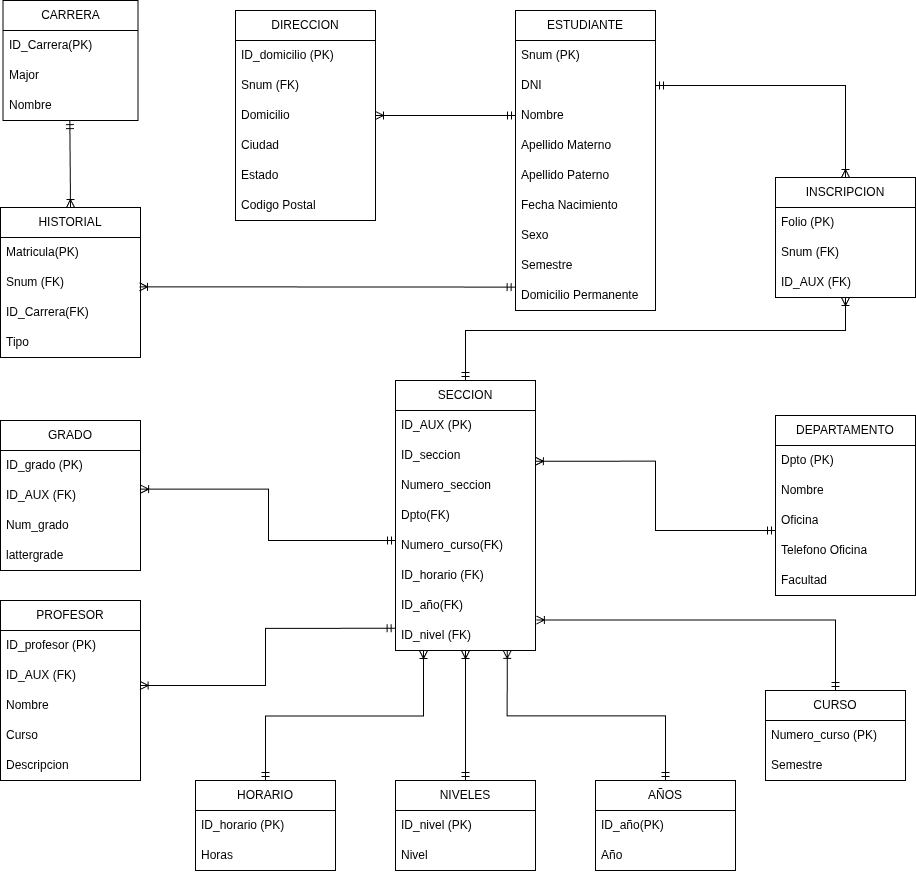
This is Documentacion/Diagrama Drawio/Diagrama-Relaciona.png from enrique-yoab/Examen_Sistemas_Distribuidos, a draw.io export, as it was before one commit. Source tidied: cells renumbered, new cells last; positions are measured from the earlier drawing's top-left corner, leaving out a move shared by most shapes.
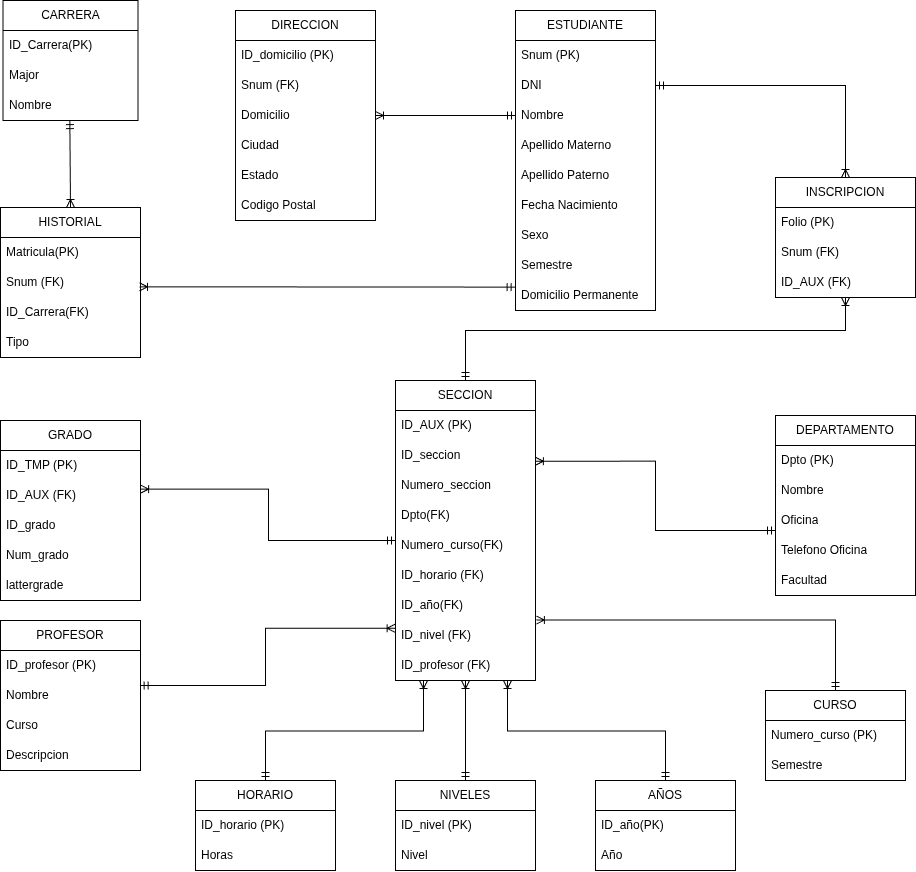
The same diagram one commit later.

What changed in the source:
```diff
@@ -105,7 +105,7 @@
       <mxGeometry relative="1" as="geometry" />
     </mxCell>
     <mxCell id="36" value="SECCION" style="swimlane;fontStyle=0;horizontal=1;startSize=30;whiteSpace=wrap;html=1;" parent="1" vertex="1">
-      <mxGeometry x="395" y="380" width="140" height="270" as="geometry" />
+      <mxGeometry x="395" y="380" width="140" height="300" as="geometry" />
     </mxCell>
     <mxCell id="37" value="ID_AUX (PK)" style="text;strokeColor=none;fillColor=none;align=left;verticalAlign=middle;spacingLeft=4;spacingRight=4;overflow=hidden;whiteSpace=wrap;html=1;" parent="36" vertex="1">
       <mxGeometry y="30" width="140" height="30" as="geometry" />
@@ -131,6 +131,9 @@
     <mxCell id="44" value="ID_nivel (FK)" style="text;strokeColor=none;fillColor=none;align=left;verticalAlign=middle;spacingLeft=4;spacingRight=4;overflow=hidden;whiteSpace=wrap;html=1;" parent="36" vertex="1">
       <mxGeometry y="240" width="140" height="30" as="geometry" />
     </mxCell>
+    <mxCell id="82" value="ID_profesor (FK)" style="text;strokeColor=none;fillColor=none;align=left;verticalAlign=middle;spacingLeft=4;spacingRight=4;overflow=hidden;whiteSpace=wrap;html=1;" parent="36" vertex="1">
+      <mxGeometry y="270" width="140" height="30" as="geometry" />
+    </mxCell>
     <mxCell id="45" style="endArrow=ERoneToMany;html=1;rounded=0;entryX=0.5;entryY=1;entryDx=0;entryDy=0;entryPerimeter=0;exitX=0.5;exitY=0;exitDx=0;exitDy=0;edgeStyle=orthogonalEdgeStyle;startArrow=ERmandOne;startFill=0;endFill=0;" parent="1" edge="1" source="36" target="34">
       <mxGeometry relative="1" as="geometry">
         <Array as="points">
@@ -140,37 +143,37 @@
       </mxGeometry>
     </mxCell>
     <mxCell id="46" value="GRADO" style="swimlane;fontStyle=0;horizontal=1;startSize=30;whiteSpace=wrap;html=1;" parent="1" vertex="1">
-      <mxGeometry y="420" width="140" height="150" as="geometry" />
+      <mxGeometry y="420" width="140" height="180" as="geometry" />
     </mxCell>
+    <mxCell id="83" value="ID_TMP (PK)" style="text;strokeColor=none;fillColor=none;align=left;verticalAlign=middle;spacingLeft=4;spacingRight=4;overflow=hidden;whiteSpace=wrap;html=1;" parent="46" vertex="1">
+      <mxGeometry y="30" width="140" height="30" as="geometry" />
+    </mxCell>
+    <mxCell id="48" value="ID_AUX (FK)" style="text;strokeColor=none;fillColor=none;align=left;verticalAlign=middle;spacingLeft=4;spacingRight=4;overflow=hidden;points=[[0,0.5],[1,0.5]];portConstraint=eastwest;whiteSpace=wrap;html=1;" parent="46" vertex="1">
+      <mxGeometry y="60" width="140" height="30" as="geometry" />
+    </mxCell>
-    <mxCell id="47" value="ID_grado (PK)" style="text;strokeColor=none;fillColor=none;align=left;verticalAlign=middle;spacingLeft=4;spacingRight=4;overflow=hidden;whiteSpace=wrap;html=1;" parent="46" vertex="1">
-      <mxGeometry y="30" width="140" height="30" as="geometry" />
+    <mxCell id="47" value="ID_grado" style="text;strokeColor=none;fillColor=none;align=left;verticalAlign=middle;spacingLeft=4;spacingRight=4;overflow=hidden;whiteSpace=wrap;html=1;" parent="46" vertex="1">
+      <mxGeometry y="90" width="140" height="30" as="geometry" />
     </mxCell>
-    <mxCell id="48" value="ID_AUX (FK)" style="text;strokeColor=none;fillColor=none;align=left;verticalAlign=middle;spacingLeft=4;spacingRight=4;overflow=hidden;points=[[0,0.5],[1,0.5]];portConstraint=eastwest;whiteSpace=wrap;html=1;" parent="46" vertex="1">
-      <mxGeometry y="60" width="140" height="30" as="geometry" />
-    </mxCell>
     <mxCell id="49" value="Num_grado" style="text;strokeColor=none;fillColor=none;align=left;verticalAlign=middle;spacingLeft=4;spacingRight=4;overflow=hidden;whiteSpace=wrap;html=1;" parent="46" vertex="1">
-      <mxGeometry y="90" width="140" height="30" as="geometry" />
+      <mxGeometry y="120" width="140" height="30" as="geometry" />
     </mxCell>
     <mxCell id="50" value="lattergrade" style="text;strokeColor=none;fillColor=none;align=left;verticalAlign=middle;spacingLeft=4;spacingRight=4;overflow=hidden;whiteSpace=wrap;html=1;" parent="46" vertex="1">
-      <mxGeometry y="120" width="140" height="30" as="geometry" />
+      <mxGeometry y="150" width="140" height="30" as="geometry" />
     </mxCell>
     <mxCell id="51" value="PROFESOR" style="swimlane;fontStyle=0;horizontal=1;startSize=30;whiteSpace=wrap;html=1;" parent="1" vertex="1">
-      <mxGeometry y="600" width="140" height="180" as="geometry" />
+      <mxGeometry y="620" width="140" height="150" as="geometry" />
     </mxCell>
     <mxCell id="52" value="ID_profesor (PK)" style="text;strokeColor=none;fillColor=none;align=left;verticalAlign=middle;spacingLeft=4;spacingRight=4;overflow=hidden;whiteSpace=wrap;html=1;" parent="51" vertex="1">
       <mxGeometry y="30" width="140" height="30" as="geometry" />
     </mxCell>
-    <mxCell id="53" value="ID_AUX (FK)" style="text;strokeColor=none;fillColor=none;align=left;verticalAlign=middle;spacingLeft=4;spacingRight=4;overflow=hidden;points=[[0,0.5],[1,0.5]];portConstraint=eastwest;whiteSpace=wrap;html=1;" parent="51" vertex="1">
-      <mxGeometry y="60" width="140" height="30" as="geometry" />
-    </mxCell>
     <mxCell id="54" value="Nombre" style="text;strokeColor=none;fillColor=none;align=left;verticalAlign=middle;spacingLeft=4;spacingRight=4;overflow=hidden;whiteSpace=wrap;html=1;" parent="51" vertex="1">
-      <mxGeometry y="90" width="140" height="30" as="geometry" />
+      <mxGeometry y="60" width="140" height="30" as="geometry" />
     </mxCell>
     <mxCell id="55" value="Curso" style="text;strokeColor=none;fillColor=none;align=left;verticalAlign=middle;spacingLeft=4;spacingRight=4;overflow=hidden;whiteSpace=wrap;html=1;" parent="51" vertex="1">
-      <mxGeometry y="120" width="140" height="30" as="geometry" />
+      <mxGeometry y="90" width="140" height="30" as="geometry" />
     </mxCell>
     <mxCell id="56" value="Descripcion" style="text;strokeColor=none;fillColor=none;align=left;verticalAlign=middle;spacingLeft=4;spacingRight=4;overflow=hidden;whiteSpace=wrap;html=1;" parent="51" vertex="1">
-      <mxGeometry y="150" width="140" height="30" as="geometry" />
+      <mxGeometry y="120" width="140" height="30" as="geometry" />
     </mxCell>
     <mxCell id="57" style="endArrow=ERmandOne;html=1;rounded=0;exitX=1.001;exitY=0.287;exitDx=0;exitDy=0;exitPerimeter=0;startArrow=ERoneToMany;startFill=0;endFill=0;edgeStyle=orthogonalEdgeStyle;" parent="1" edge="1" source="48">
       <mxGeometry relative="1" as="geometry">
@@ -182,8 +185,9 @@
         </Array>
       </mxGeometry>
     </mxCell>
-    <mxCell id="58" style="endArrow=ERmandOne;html=1;rounded=0;entryX=-0.003;entryY=0.26;entryDx=0;entryDy=0;entryPerimeter=0;exitX=0.997;exitY=0.833;exitDx=0;exitDy=0;exitPerimeter=0;edgeStyle=orthogonalEdgeStyle;startArrow=ERoneToMany;startFill=0;endFill=0;" parent="1" edge="1" source="53">
+    <mxCell id="58" style="endArrow=ERoneToMany;html=1;rounded=0;entryX=-0.003;entryY=0.26;entryDx=0;entryDy=0;entryPerimeter=0;exitX=0.997;exitY=0.833;exitDx=0;exitDy=0;exitPerimeter=0;edgeStyle=orthogonalEdgeStyle;startArrow=ERmandOne;startFill=0;endFill=0;" parent="1" edge="1">
       <mxGeometry relative="1" as="geometry">
+        <mxPoint x="139.6" y="685" as="sourcePoint" />
         <mxPoint x="394.6" y="627.8" as="targetPoint" />
         <Array as="points">
           <mxPoint x="265" y="685" />
@@ -244,9 +248,9 @@
     <mxCell id="72" value="Horas" style="text;strokeColor=none;fillColor=none;align=left;verticalAlign=middle;spacingLeft=4;spacingRight=4;overflow=hidden;whiteSpace=wrap;html=1;" parent="70" vertex="1">
       <mxGeometry y="60" width="140" height="30" as="geometry" />
     </mxCell>
-    <mxCell id="73" style="endArrow=ERoneToMany;html=1;rounded=0;entryX=0.2;entryY=1.001;entryDx=0;entryDy=0;entryPerimeter=0;startArrow=ERmandOne;startFill=0;endFill=0;exitX=0.5;exitY=0;exitDx=0;exitDy=0;edgeStyle=orthogonalEdgeStyle;" parent="1" edge="1" source="70">
+    <mxCell id="73" style="endArrow=ERoneToMany;html=1;rounded=0;startArrow=ERmandOne;startFill=0;endFill=0;exitX=0.5;exitY=0;exitDx=0;exitDy=0;edgeStyle=orthogonalEdgeStyle;" parent="1" edge="1" source="70">
       <mxGeometry relative="1" as="geometry">
-        <mxPoint x="423" y="650" as="targetPoint" />
+        <mxPoint x="423" y="680" as="targetPoint" />
       </mxGeometry>
     </mxCell>
     <mxCell id="74" value="NIVELES" style="swimlane;fontStyle=0;horizontal=1;startSize=30;whiteSpace=wrap;html=1;" parent="1" vertex="1">
@@ -258,9 +262,9 @@
     <mxCell id="76" value="Nivel" style="text;strokeColor=none;fillColor=none;align=left;verticalAlign=middle;spacingLeft=4;spacingRight=4;overflow=hidden;whiteSpace=wrap;html=1;" parent="74" vertex="1">
       <mxGeometry y="60" width="140" height="30" as="geometry" />
     </mxCell>
-    <mxCell id="77" style="endArrow=ERoneToMany;html=1;rounded=0;entryX=0.5;entryY=1;entryDx=0;entryDy=0;entryPerimeter=0;startArrow=ERmandOne;startFill=0;endFill=0;exitX=0.5;exitY=0;exitDx=0;exitDy=0;edgeStyle=orthogonalEdgeStyle;" parent="1" edge="1" source="74">
+    <mxCell id="77" style="endArrow=ERoneToMany;html=1;rounded=0;startArrow=ERmandOne;startFill=0;endFill=0;exitX=0.5;exitY=0;exitDx=0;exitDy=0;edgeStyle=orthogonalEdgeStyle;" parent="1" edge="1" source="74">
       <mxGeometry relative="1" as="geometry">
-        <mxPoint x="465" y="650" as="targetPoint" />
+        <mxPoint x="465" y="680" as="targetPoint" />
       </mxGeometry>
     </mxCell>
     <mxCell id="78" value="AÑOS" style="swimlane;fontStyle=0;horizontal=1;startSize=30;whiteSpace=wrap;html=1;" parent="1" vertex="1">
@@ -272,9 +276,9 @@
     <mxCell id="80" value="Año" style="text;strokeColor=none;fillColor=none;align=left;verticalAlign=middle;spacingLeft=4;spacingRight=4;overflow=hidden;whiteSpace=wrap;html=1;" parent="78" vertex="1">
       <mxGeometry y="60" width="140" height="30" as="geometry" />
     </mxCell>
-    <mxCell id="81" style="endArrow=ERoneToMany;html=1;rounded=0;entryX=0.798;entryY=0.996;entryDx=0;entryDy=0;entryPerimeter=0;exitX=0.5;exitY=0;exitDx=0;exitDy=0;startArrow=ERmandOne;startFill=0;endFill=0;edgeStyle=orthogonalEdgeStyle;" parent="1" edge="1" source="78">
+    <mxCell id="81" style="endArrow=ERoneToMany;html=1;rounded=0;exitX=0.5;exitY=0;exitDx=0;exitDy=0;startArrow=ERmandOne;startFill=0;endFill=0;edgeStyle=orthogonalEdgeStyle;" parent="1" edge="1" source="78">
       <mxGeometry relative="1" as="geometry">
-        <mxPoint x="506.7" y="649.9" as="targetPoint" />
+        <mxPoint x="507" y="680" as="targetPoint" />
       </mxGeometry>
     </mxCell>
   </root>
```
